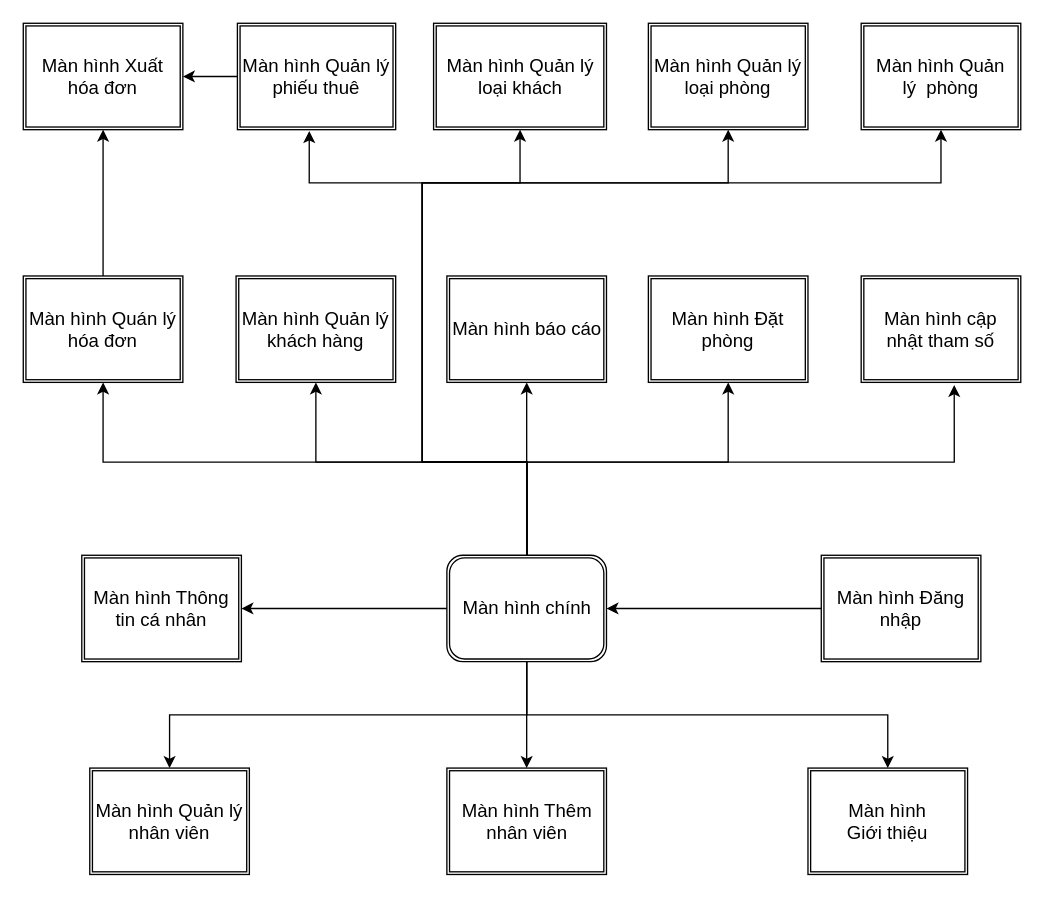
Before: Lien ket cac man hinh.drawio in 19522144/Hotel-Management, a draw.io diagram. Source tidied: cells renumbered, new cells numbered last; positions are measured from the earlier drawing's top-left corner, leaving out a move shared by most shapes. Both pictures are drawn from the tidied source at 133%, with x=0, y=0 at pixel (23, 23).
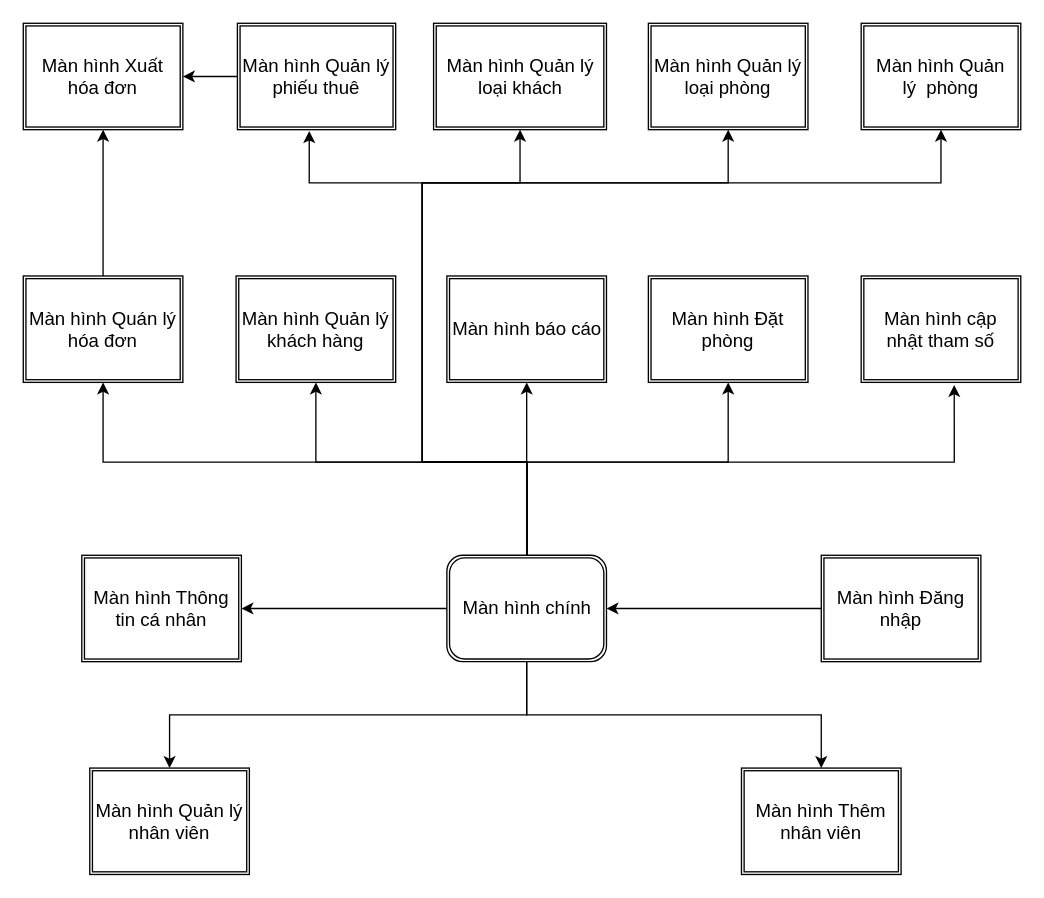
After the change.

The change refers to these unchanged cells:
```xml
<mxCell id="15" value="&lt;font style=&quot;font-size: 14px&quot;&gt;Màn hình chính&lt;/font&gt;" style="shape=ext;double=1;rounded=1;whiteSpace=wrap;html=1;" parent="1" vertex="1">
  <mxGeometry x="318.5" y="400" width="120" height="80" as="geometry" />
</mxCell>
```

What changed in the source:
```diff
@@
-    <mxCell id="3" style="edgeStyle=orthogonalEdgeStyle;rounded=0;jettySize=auto;html=1;" parent="1" edge="1" source="15" target="16">
-      <mxGeometry relative="1" as="geometry" />
+    <mxCell id="3" style="edgeStyle=orthogonalEdgeStyle;rounded=0;jettySize=auto;html=1;exitX=0.5;exitY=1;exitDx=0;exitDy=0;" parent="1" edge="1" source="15" target="16">
+      <mxGeometry relative="1" as="geometry">
+        <Array as="points">
+          <mxPoint x="379" y="520" />
+          <mxPoint x="600" y="520" />
+        </Array>
+      </mxGeometry>
     </mxCell>
@@
-    <mxCell id="5" style="edgeStyle=orthogonalEdgeStyle;rounded=0;jettySize=auto;html=1;exitX=0.5;exitY=1;exitDx=0;exitDy=0;entryX=0.5;entryY=0;entryDx=0;entryDy=0;" parent="1" edge="1" source="15" target="30">
-      <mxGeometry relative="1" as="geometry" />
-    </mxCell>
@@
     <mxCell id="16" value="&lt;font style=&quot;font-size: 14px&quot;&gt;Màn hình Thêm nhân viên&lt;/font&gt;" style="shape=ext;double=1;rounded=0;whiteSpace=wrap;html=1;" parent="1" vertex="1">
-      <mxGeometry x="318.5" y="560" width="120" height="80" as="geometry" />
+      <mxGeometry x="540" y="560" width="120" height="80" as="geometry" />
     </mxCell>
@@
-    <mxCell id="30" value="&lt;font style=&quot;font-size: 14px&quot;&gt;Màn hình &lt;br&gt;Giới thiệu&lt;/font&gt;" style="shape=ext;double=1;rounded=0;whiteSpace=wrap;html=1;" parent="1" vertex="1">
-      <mxGeometry x="590" y="560" width="120" height="80" as="geometry" />
-    </mxCell>
```
